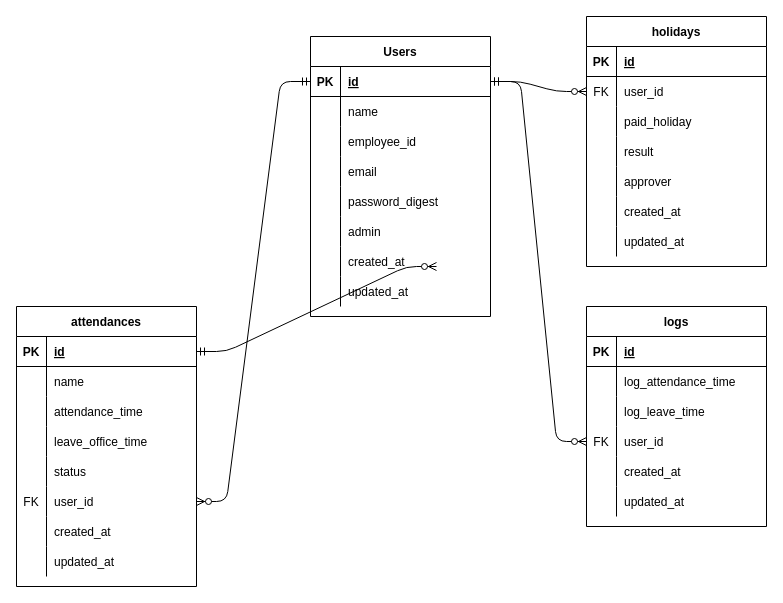
Earlier version of the draw.io diagram ER.drawio (ushimedia/catalog_task_2). Source tidied: cells renumbered, new cells numbered last; positions are measured from the earlier drawing's top-left corner, leaving out a move shared by most shapes. Both pictures are drawn from the tidied source at 100%, with x=0, y=0 at pixel (16, 16).
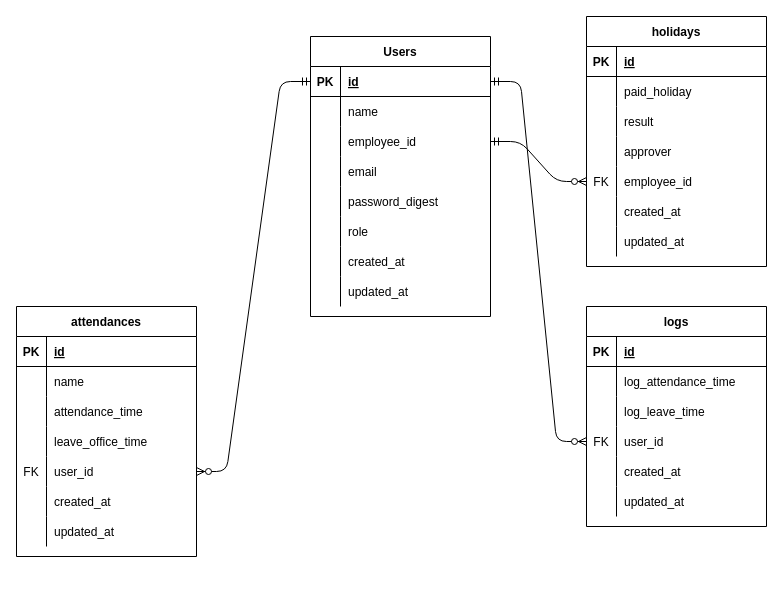
The same diagram, later.

Unchanged cells that the change refers to:
```xml
<mxCell id="22" style="shape=partialRectangle;fillColor=none;top=0;left=0;bottom=1;right=0;points=[[0,0.5],[1,0.5]];portConstraint=eastwest;" parent="21" vertex="1">
  <mxGeometry y="30" width="180" height="30" as="geometry" />
</mxCell>
<mxCell id="47" style="shape=partialRectangle;fillColor=none;top=0;left=0;bottom=1;right=0;points=[[0,0.5],[1,0.5]];portConstraint=eastwest;" parent="46" vertex="1">
  <mxGeometry y="30" width="180" height="30" as="geometry" />
</mxCell>
<mxCell id="53" style="shape=partialRectangle;fillColor=none;top=0;left=0;bottom=0;right=0;points=[[0,0.5],[1,0.5]];portConstraint=eastwest;" parent="46" vertex="1">
  <mxGeometry y="90" width="180" height="30" as="geometry" />
</mxCell>
<mxCell id="62" style="shape=partialRectangle;fillColor=none;top=0;left=0;bottom=0;right=0;" parent="46" vertex="1">
  <mxGeometry y="180" width="180" height="30" as="geometry" />
</mxCell>
<mxCell id="74" value="holidays" style="shape=table;startSize=30;childLayout=tableLayout;rowLines=0;fontStyle=1;align=center;" parent="1" vertex="1">
  <mxGeometry x="570" width="180" height="250" as="geometry" />
</mxCell>
```

What changed in the source:
```diff
@@
     <mxCell id="21" value="attendances" style="shape=table;startSize=30;childLayout=tableLayout;rowLines=0;fontStyle=1;align=center;" parent="1" vertex="1">
-      <mxGeometry y="290" width="180" height="280" as="geometry" />
+      <mxGeometry y="290" width="180" height="250" as="geometry" />
     </mxCell>
@@
-    <mxCell id="34" style="shape=partialRectangle;fillColor=none;top=0;left=0;bottom=0;right=0;" parent="21" vertex="1">
-      <mxGeometry y="150" width="180" height="30" as="geometry" />
-    </mxCell>
-    <mxCell id="35" style="shape=partialRectangle;fillColor=none;top=0;left=0;bottom=0;right=0;overflow=hidden;" parent="34" vertex="1">
-      <mxGeometry width="30" height="30" as="geometry" />
-    </mxCell>
-    <mxCell id="36" value="status" style="shape=partialRectangle;fillColor=none;top=0;left=0;bottom=0;right=0;align=left;spacingLeft=6;overflow=hidden;" parent="34" vertex="1">
-      <mxGeometry x="30" width="150" height="30" as="geometry" />
-    </mxCell>
     <mxCell id="37" style="shape=partialRectangle;fillColor=none;top=0;left=0;bottom=0;right=0;points=[[0,0.5],[1,0.5]];portConstraint=eastwest;" parent="21" vertex="1">
-      <mxGeometry y="180" width="180" height="30" as="geometry" />
+      <mxGeometry y="150" width="180" height="30" as="geometry" />
     </mxCell>
@@
     <mxCell id="40" style="shape=partialRectangle;fillColor=none;top=0;left=0;bottom=0;right=0;" parent="21" vertex="1">
-      <mxGeometry y="210" width="180" height="30" as="geometry" />
+      <mxGeometry y="180" width="180" height="30" as="geometry" />
     </mxCell>
@@
     <mxCell id="43" style="shape=partialRectangle;fillColor=none;top=0;left=0;bottom=0;right=0;" parent="21" vertex="1">
-      <mxGeometry y="240" width="180" height="30" as="geometry" />
+      <mxGeometry y="210" width="180" height="30" as="geometry" />
     </mxCell>
@@
-    <mxCell id="64" value="admin" style="shape=partialRectangle;fillColor=none;top=0;left=0;bottom=0;right=0;align=left;spacingLeft=6;overflow=hidden;" parent="62" vertex="1">
+    <mxCell id="64" value="role" style="shape=partialRectangle;fillColor=none;top=0;left=0;bottom=0;right=0;align=left;spacingLeft=6;overflow=hidden;" parent="62" vertex="1">
       <mxGeometry x="30" width="150" height="30" as="geometry" />
     </mxCell>
@@
-    <mxCell id="72" style="edgeStyle=entityRelationEdgeStyle;fontSize=12;html=1;endArrow=ERzeroToMany;startArrow=ERmandOne;exitX=1;exitY=0.5;exitDx=0;exitDy=0;entryX=0;entryY=0.5;entryDx=0;entryDy=0;" parent="1" edge="1" source="22">
-      <mxGeometry relative="1" as="geometry">
-        <mxPoint x="420" y="250" as="targetPoint" />
-      </mxGeometry>
-    </mxCell>
@@
-    <mxCell id="78" style="shape=partialRectangle;fillColor=none;top=0;left=0;bottom=0;right=0;points=[[0,0.5],[1,0.5]];portConstraint=eastwest;" parent="74" vertex="1">
-      <mxGeometry y="60" width="180" height="30" as="geometry" />
-    </mxCell>
-    <mxCell id="79" value="FK" style="shape=partialRectangle;fillColor=none;top=0;left=0;bottom=0;right=0;overflow=hidden;" parent="78" vertex="1">
-      <mxGeometry width="30" height="30" as="geometry" />
-    </mxCell>
-    <mxCell id="80" value="user_id" style="shape=partialRectangle;fillColor=none;top=0;left=0;bottom=0;right=0;align=left;spacingLeft=6;overflow=hidden;" parent="78" vertex="1">
-      <mxGeometry x="30" width="150" height="30" as="geometry" />
-    </mxCell>
     <mxCell id="81" style="shape=partialRectangle;fillColor=none;top=0;left=0;bottom=0;right=0;" parent="74" vertex="1">
-      <mxGeometry y="90" width="180" height="30" as="geometry" />
+      <mxGeometry y="60" width="180" height="30" as="geometry" />
     </mxCell>
@@
     <mxCell id="84" style="shape=partialRectangle;fillColor=none;top=0;left=0;bottom=0;right=0;" parent="74" vertex="1">
-      <mxGeometry y="120" width="180" height="30" as="geometry" />
+      <mxGeometry y="90" width="180" height="30" as="geometry" />
     </mxCell>
@@
     <mxCell id="87" style="shape=partialRectangle;fillColor=none;top=0;left=0;bottom=0;right=0;" parent="74" vertex="1">
-      <mxGeometry y="150" width="180" height="30" as="geometry" />
+      <mxGeometry y="120" width="180" height="30" as="geometry" />
     </mxCell>
@@
+    <mxCell id="78" style="shape=partialRectangle;fillColor=none;top=0;left=0;bottom=0;right=0;points=[[0,0.5],[1,0.5]];portConstraint=eastwest;" parent="74" vertex="1">
+      <mxGeometry y="150" width="180" height="30" as="geometry" />
+    </mxCell>
+    <mxCell id="79" value="FK" style="shape=partialRectangle;fillColor=none;top=0;left=0;bottom=0;right=0;overflow=hidden;" parent="78" vertex="1">
+      <mxGeometry width="30" height="30" as="geometry" />
+    </mxCell>
+    <mxCell id="80" value="employee_id" style="shape=partialRectangle;fillColor=none;top=0;left=0;bottom=0;right=0;align=left;spacingLeft=6;overflow=hidden;" parent="78" vertex="1">
+      <mxGeometry x="30" width="150" height="30" as="geometry" />
+    </mxCell>
@@
-    <mxCell id="96" style="edgeStyle=entityRelationEdgeStyle;fontSize=12;html=1;endArrow=ERzeroToMany;startArrow=ERmandOne;entryX=0;entryY=0.5;entryDx=0;entryDy=0;exitX=1;exitY=0.5;exitDx=0;exitDy=0;" parent="1" edge="1" source="47" target="78">
+    <mxCell id="96" style="edgeStyle=entityRelationEdgeStyle;fontSize=12;html=1;endArrow=ERzeroToMany;startArrow=ERmandOne;entryX=0;entryY=0.5;entryDx=0;entryDy=0;exitX=1;exitY=0.5;exitDx=0;exitDy=0;" parent="1" edge="1" source="53" target="78">
       <mxGeometry relative="1" as="geometry" />
     </mxCell>
```
